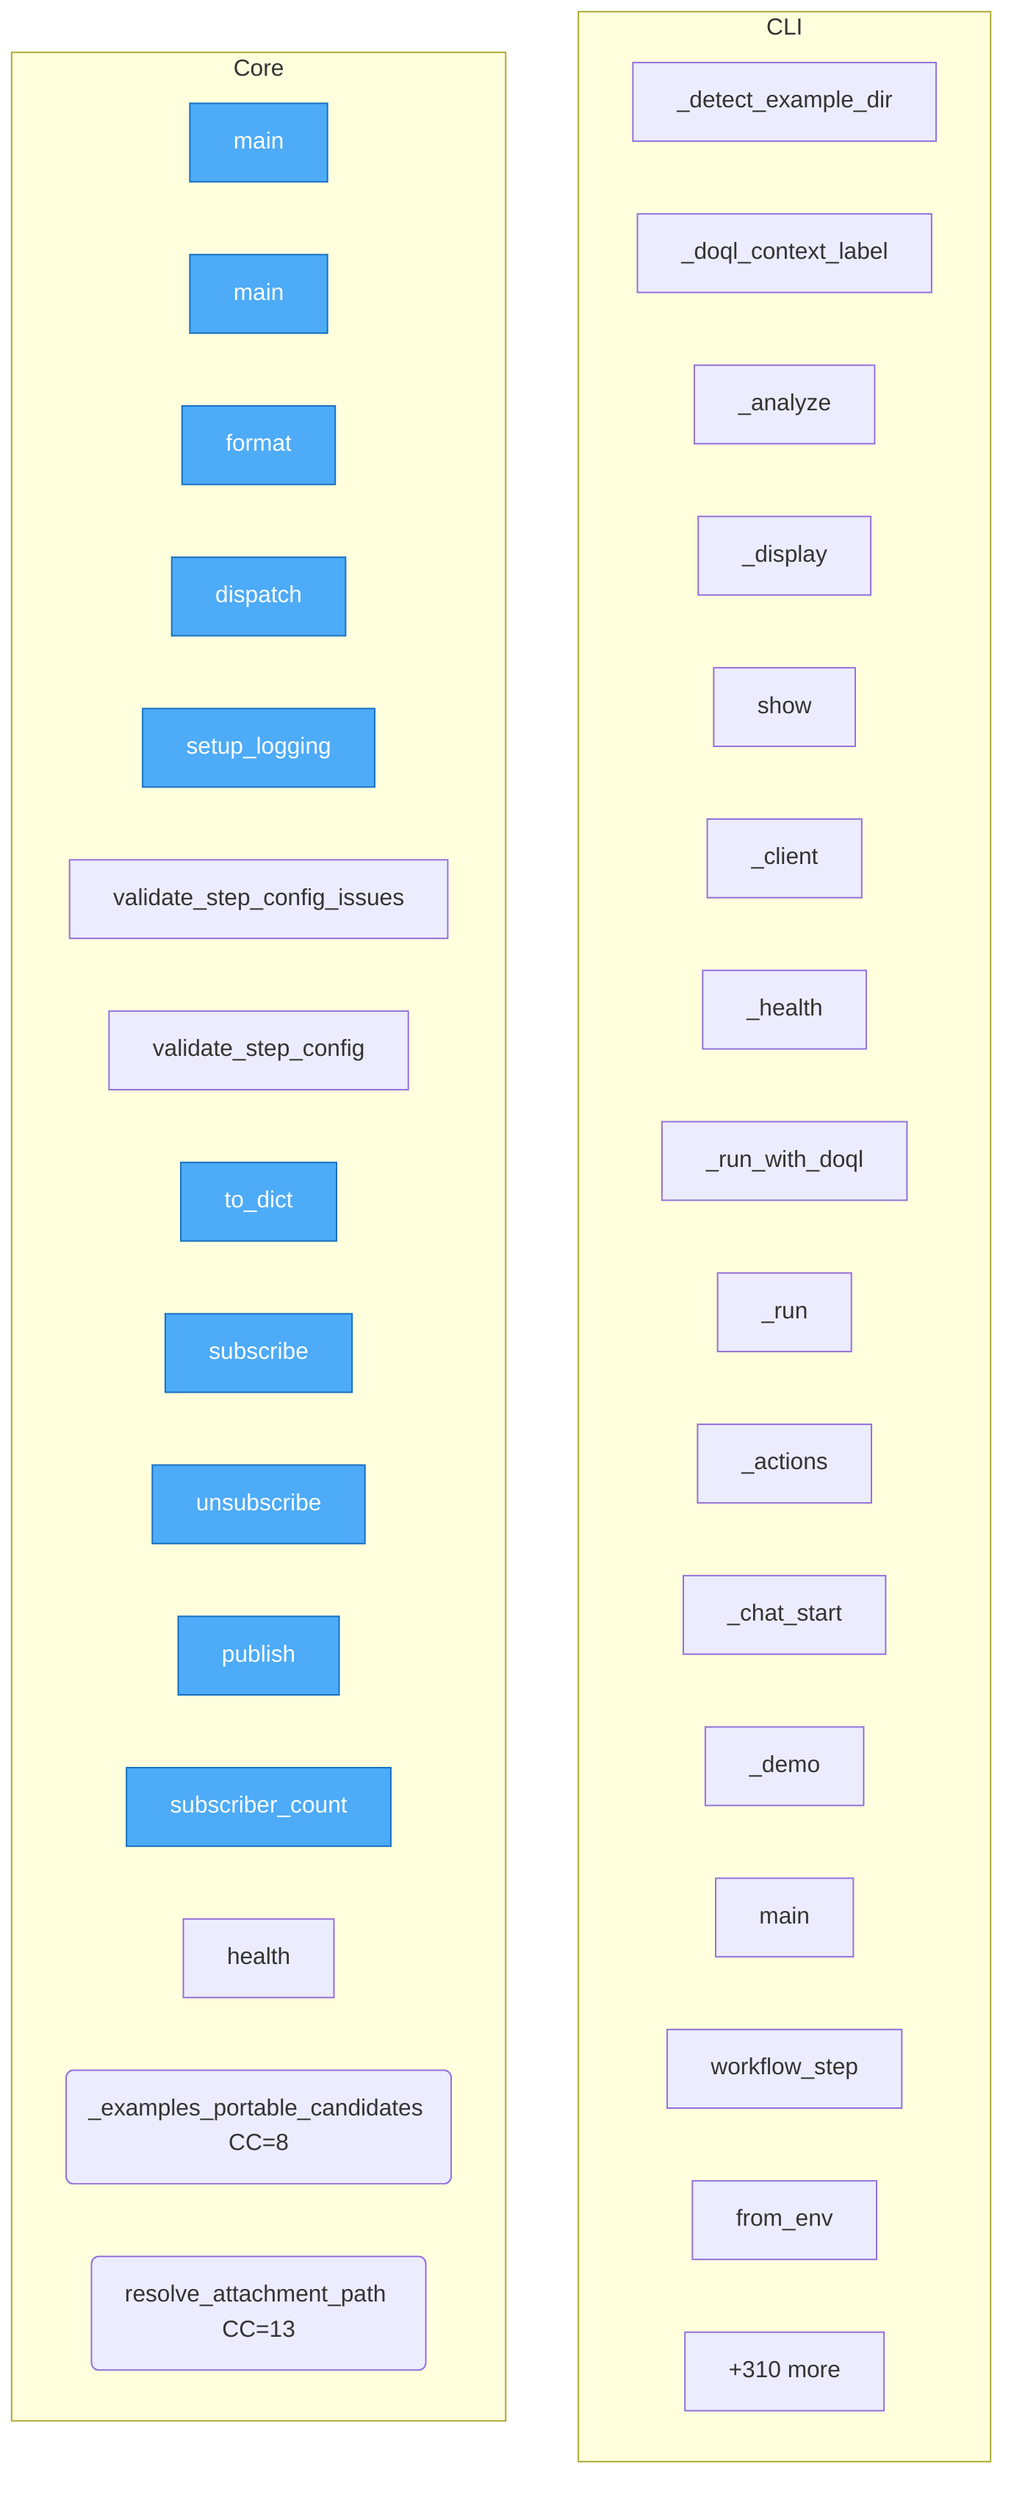
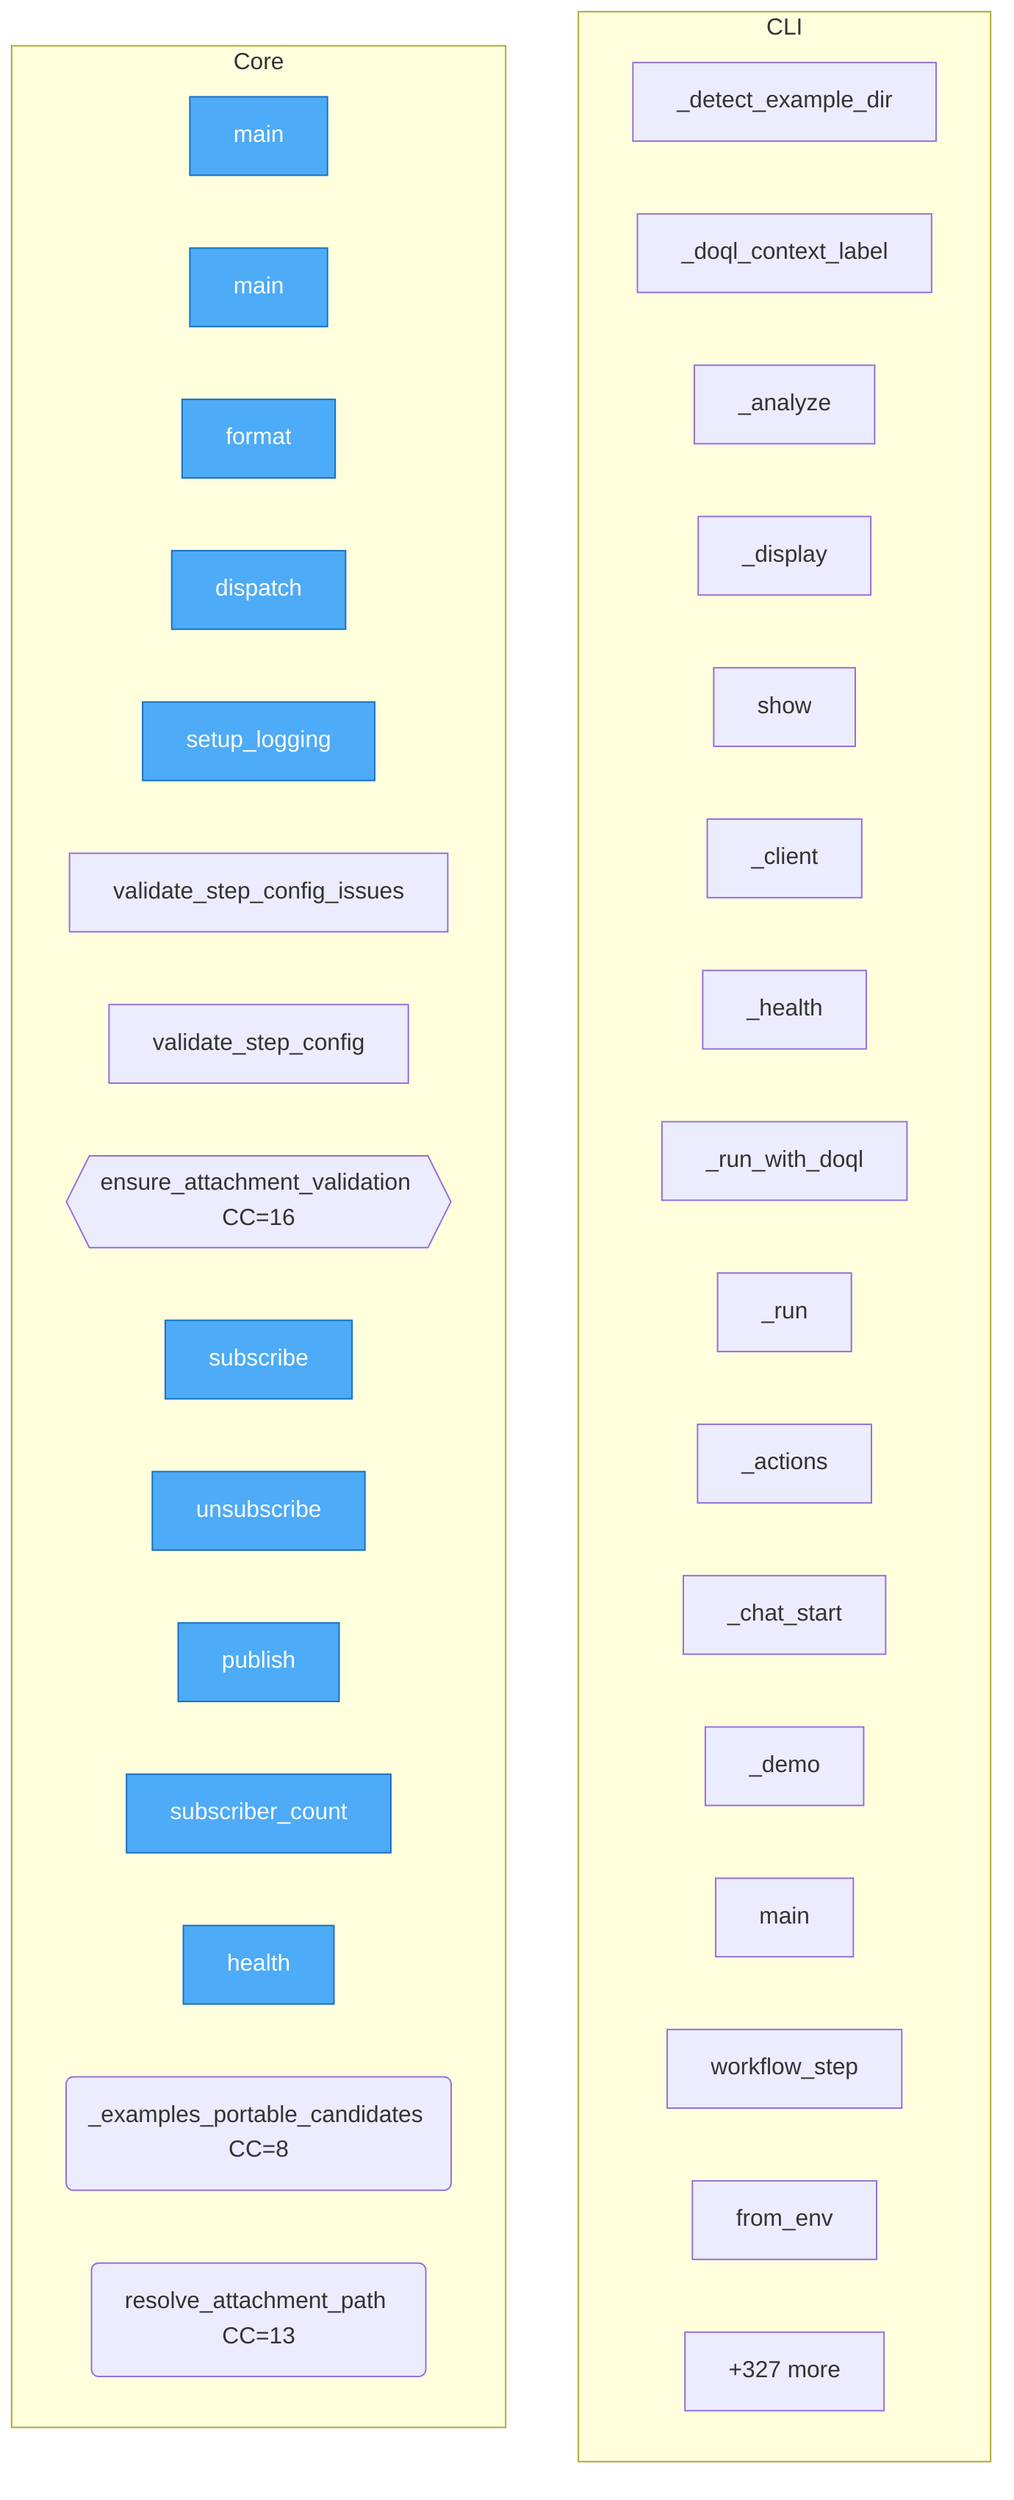
flowchart TD
- %% generated in 0.08s
+ %% generated in 0.10s

    %% Entry points (blue)
    classDef entry fill:#4dabf7,stroke:#1971c2,color:#fff

    subgraph CLI
        nlp2dsl_sdk__cli___detect_example_dir["_detect_example_dir"]
        nlp2dsl_sdk__cli___doql_context_label["_doql_context_label"]
        nlp2dsl_sdk__cli___analyze["_analyze"]
        nlp2dsl_sdk__cli___display["_display"]
        nlp2dsl_sdk__cli__show["show"]
        nlp2dsl_sdk__cli___client["_client"]
        nlp2dsl_sdk__cli___health["_health"]
        nlp2dsl_sdk__cli___run_with_doql["_run_with_doql"]
        nlp2dsl_sdk__cli___run["_run"]
        nlp2dsl_sdk__cli___actions["_actions"]
        nlp2dsl_sdk__cli___chat_start["_chat_start"]
        nlp2dsl_sdk__cli___demo["_demo"]
        nlp2dsl_sdk__cli__main["main"]
        nlp2dsl_sdk__client__workflow_step["workflow_step"]
        nlp2dsl_sdk__client__NLP2DSLClient__from_env["from_env"]
        ...["+56 more"]
    end

    subgraph Core
        tauri_wrapper__src_tauri__build__main["main"]
        tauri_wrapper__src_tauri__src__main__main["main"]
        backend__app__logging_setup__JSONFormatter__format["format"]
        backend__app__logging_setup__RequestIDMiddleware__dispatch["dispatch"]
        backend__app__logging_setup__setup_logging["setup_logging"]
        backend__app__step_validator__validate_step_config_issues["validate_step_config_issues"]
        backend__app__step_validator__validate_step_config["validate_step_config"]
-         backend__app__workflow_events__WorkflowEvent__to_dict["to_dict"]
+         backend__app__attachment_validation__ensure_attachment_validation{{ensure_attachment_validation CC=16}}
        backend__app__workflow_events__WorkflowEventHub__subscribe["subscribe"]
        backend__app__workflow_events__WorkflowEventHub__unsubscribe["unsubscribe"]
        backend__app__workflow_events__WorkflowEventHub__publish["publish"]
        backend__app__workflow_events__WorkflowEventHub__subscriber_count["subscriber_count"]
        backend__app__main__health["health"]
        backend__app__path_resolve___examples_portable_candidates("_examples_portable_candidates CC=8")
        backend__app__path_resolve__resolve_attachment_path("resolve_attachment_path CC=13")
-         ...["+310 more"]
+         ...["+327 more"]
    end

-     class tauri_wrapper__src_tauri__build__main,tauri_wrapper__src_tauri__src__main__main,backend__app__logging_setup__JSONFormatter__format,backend__app__logging_setup__RequestIDMiddleware__dispatch,backend__app__logging_setup__setup_logging,backend__app__workflow_events__WorkflowEvent__to_dict,backend__app__workflow_events__WorkflowEventHub__subscribe,backend__app__workflow_events__WorkflowEventHub__unsubscribe,backend__app__workflow_events__WorkflowEventHub__publish,backend__app__workflow_events__WorkflowEventHub__subscriber_count entry
+     class tauri_wrapper__src_tauri__build__main,tauri_wrapper__src_tauri__src__main__main,backend__app__logging_setup__JSONFormatter__format,backend__app__logging_setup__RequestIDMiddleware__dispatch,backend__app__logging_setup__setup_logging,backend__app__workflow_events__WorkflowEventHub__subscribe,backend__app__workflow_events__WorkflowEventHub__unsubscribe,backend__app__workflow_events__WorkflowEventHub__publish,backend__app__workflow_events__WorkflowEventHub__subscriber_count,backend__app__main__health entry
